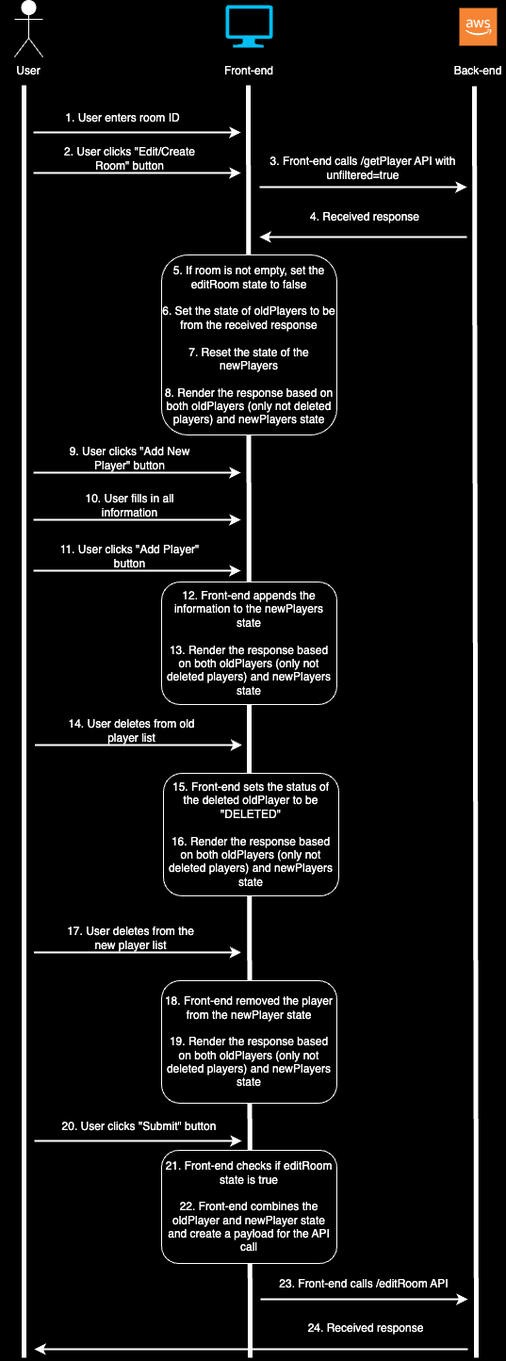
mattboentoro/ThisOrThatDocumentation keeps this draw.io diagram as pictures/editRoomFlow2.png. Above is the earlier version. Source tidied: cells renumbered, new cells last; positions are measured from the earlier drawing's top-left corner, leaving out a move shared by most shapes.
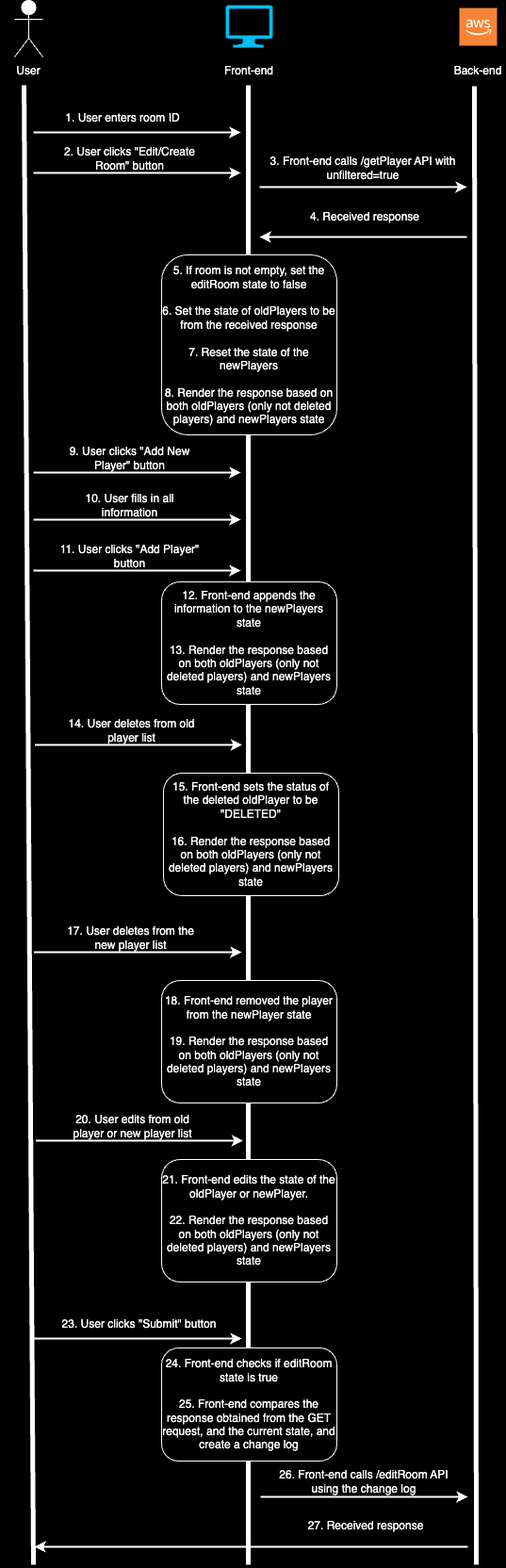
After the change.

What changed in the source:
```diff
@@ -4,19 +4,19 @@
     <mxCell id="1" parent="0" />
     <mxCell id="2" style="endArrow=none;html=1;rounded=0;strokeColor=#FFFFFF;strokeWidth=5;" parent="1" edge="1">
       <mxGeometry relative="1" as="geometry">
-        <mxPoint x="25" y="1440" as="sourcePoint" />
+        <mxPoint x="35" y="1660" as="sourcePoint" />
         <mxPoint x="25" y="90" as="targetPoint" />
       </mxGeometry>
     </mxCell>
     <mxCell id="3" style="endArrow=none;html=1;rounded=0;strokeColor=#FFFFFF;strokeWidth=5;" parent="1" edge="1">
       <mxGeometry relative="1" as="geometry">
-        <mxPoint x="265" y="1440" as="sourcePoint" />
+        <mxPoint x="263" y="1660" as="sourcePoint" />
         <mxPoint x="263" y="90" as="targetPoint" />
       </mxGeometry>
     </mxCell>
     <mxCell id="4" style="endArrow=none;html=1;rounded=0;strokeColor=#FFFFFF;strokeWidth=5;" parent="1" edge="1">
       <mxGeometry relative="1" as="geometry">
-        <mxPoint x="505" y="1440" as="sourcePoint" />
+        <mxPoint x="505" y="1660" as="sourcePoint" />
         <mxPoint x="503" y="91" as="targetPoint" />
       </mxGeometry>
     </mxCell>
@@ -79,21 +79,21 @@
     </mxCell>
     <mxCell id="20" style="endArrow=classic;html=1;rounded=0;strokeColor=#FFFFFF;strokeWidth=2;" parent="1" edge="1">
       <mxGeometry relative="1" as="geometry">
-        <mxPoint x="276" y="1378" as="sourcePoint" />
-        <mxPoint x="496" y="1378" as="targetPoint" />
+        <mxPoint x="276" y="1588" as="sourcePoint" />
+        <mxPoint x="496" y="1588" as="targetPoint" />
       </mxGeometry>
     </mxCell>
-    <mxCell id="21" value="&lt;font color=&quot;#ffffff&quot;&gt;23. Front-end calls /editRoom API&lt;/font&gt;" style="text;strokeColor=none;align=center;fillColor=none;html=1;verticalAlign=middle;whiteSpace=wrap;rounded=0;" parent="1" vertex="1">
-      <mxGeometry x="286" y="1347" width="200" height="30" as="geometry" />
+    <mxCell id="21" value="&lt;font color=&quot;#ffffff&quot;&gt;26. Front-end calls /editRoom API using the change log&lt;/font&gt;" style="text;strokeColor=none;align=center;fillColor=none;html=1;verticalAlign=middle;whiteSpace=wrap;rounded=0;" parent="1" vertex="1">
+      <mxGeometry x="286" y="1557" width="200" height="30" as="geometry" />
     </mxCell>
     <mxCell id="22" style="endArrow=classic;html=1;rounded=0;strokeColor=#FFFFFF;strokeWidth=2;" parent="1" edge="1">
       <mxGeometry relative="1" as="geometry">
-        <mxPoint x="496" y="1431" as="sourcePoint" />
-        <mxPoint x="36" y="1431" as="targetPoint" />
+        <mxPoint x="496" y="1641" as="sourcePoint" />
+        <mxPoint x="36" y="1641" as="targetPoint" />
       </mxGeometry>
     </mxCell>
-    <mxCell id="23" value="&lt;font color=&quot;#ffffff&quot;&gt;24. Received response&lt;/font&gt;" style="text;strokeColor=none;align=center;fillColor=none;html=1;verticalAlign=middle;whiteSpace=wrap;rounded=0;" parent="1" vertex="1">
-      <mxGeometry x="288" y="1394" width="200" height="30" as="geometry" />
+    <mxCell id="23" value="&lt;font color=&quot;#ffffff&quot;&gt;27. Received response&lt;/font&gt;" style="text;strokeColor=none;align=center;fillColor=none;html=1;verticalAlign=middle;whiteSpace=wrap;rounded=0;" parent="1" vertex="1">
+      <mxGeometry x="288" y="1604" width="200" height="30" as="geometry" />
     </mxCell>
     <mxCell id="24" style="endArrow=classic;html=1;rounded=0;strokeColor=#FFFFFF;strokeWidth=2;" parent="1" edge="1">
       <mxGeometry relative="1" as="geometry">
@@ -127,12 +127,12 @@
     </mxCell>
     <mxCell id="31" style="endArrow=classic;html=1;rounded=0;strokeColor=#FFFFFF;strokeWidth=2;" parent="1" edge="1">
       <mxGeometry relative="1" as="geometry">
-        <mxPoint x="36" y="1210" as="sourcePoint" />
-        <mxPoint x="256" y="1210" as="targetPoint" />
+        <mxPoint x="36" y="1420" as="sourcePoint" />
+        <mxPoint x="256" y="1420" as="targetPoint" />
       </mxGeometry>
     </mxCell>
-    <mxCell id="32" value="&lt;font color=&quot;#ffffff&quot;&gt;20. User clicks &quot;Submit&quot; button&lt;/font&gt;" style="text;strokeColor=none;align=center;fillColor=none;html=1;verticalAlign=middle;whiteSpace=wrap;rounded=0;" parent="1" vertex="1">
-      <mxGeometry x="55" y="1180" width="185" height="30" as="geometry" />
+    <mxCell id="32" value="&lt;font color=&quot;#ffffff&quot;&gt;23. User clicks &quot;Submit&quot; button&lt;/font&gt;" style="text;strokeColor=none;align=center;fillColor=none;html=1;verticalAlign=middle;whiteSpace=wrap;rounded=0;" parent="1" vertex="1">
+      <mxGeometry x="55" y="1390" width="185" height="30" as="geometry" />
     </mxCell>
     <mxCell id="33" style="endArrow=classic;html=1;rounded=0;strokeColor=#FFFFFF;strokeWidth=2;" parent="1" edge="1">
       <mxGeometry relative="1" as="geometry">
@@ -149,7 +149,7 @@
     <mxCell id="36" style="endArrow=classic;html=1;rounded=0;strokeColor=#FFFFFF;strokeWidth=2;" parent="1" edge="1">
       <mxGeometry relative="1" as="geometry">
         <mxPoint x="35.5" y="1010" as="sourcePoint" />
-        <mxPoint x="255.5" y="1010" as="targetPoint" />
+        <mxPoint x="256" y="1010" as="targetPoint" />
       </mxGeometry>
     </mxCell>
     <mxCell id="37" value="&lt;font color=&quot;#ffffff&quot;&gt;17. User deletes from the new player list&lt;/font&gt;" style="text;strokeColor=none;align=center;fillColor=none;html=1;verticalAlign=middle;whiteSpace=wrap;rounded=0;" parent="1" vertex="1">
@@ -158,8 +158,20 @@
     <mxCell id="38" value="&lt;font color=&quot;#ffffff&quot;&gt;18. Front-end removed the player from the newPlayer state&lt;/font&gt;&lt;div&gt;&lt;font color=&quot;#ffffff&quot;&gt;&lt;br&gt;&lt;/font&gt;&lt;/div&gt;&lt;div&gt;&lt;font color=&quot;#ffffff&quot;&gt;19.&amp;nbsp;&lt;/font&gt;&lt;span style=&quot;color: rgb(255, 255, 255); background-color: initial;&quot;&gt;Render the response based on both oldPlayers (only not deleted players) and newPlayers state&lt;/span&gt;&lt;/div&gt;" style="rounded=1;whiteSpace=wrap;html=1;perimeterSpacing=4;strokeColor=#FFFFFF;fillColor=#000000;" parent="1" vertex="1">
       <mxGeometry x="171" y="1040" width="186" height="130" as="geometry" />
     </mxCell>
-    <mxCell id="39" value="&lt;font color=&quot;#ffffff&quot;&gt;21. Front-end checks if editRoom state is true&lt;/font&gt;&lt;div&gt;&lt;font color=&quot;#ffffff&quot;&gt;&lt;br&gt;&lt;/font&gt;&lt;/div&gt;&lt;div&gt;&lt;font color=&quot;#ffffff&quot;&gt;22. Front-end combines the oldPlayer and newPlayer state and create a payload for the API call&lt;/font&gt;&lt;/div&gt;" style="rounded=1;whiteSpace=wrap;html=1;perimeterSpacing=4;strokeColor=#FFFFFF;fillColor=#000000;" parent="1" vertex="1">
-      <mxGeometry x="171" y="1220" width="186" height="120" as="geometry" />
+    <mxCell id="39" value="&lt;font color=&quot;#ffffff&quot;&gt;24. Front-end checks if editRoom state is true&lt;/font&gt;&lt;div&gt;&lt;font color=&quot;#ffffff&quot;&gt;&lt;br&gt;&lt;/font&gt;&lt;/div&gt;&lt;div&gt;&lt;font color=&quot;#ffffff&quot;&gt;25. Front-end compares the response obtained from the GET request, and the current state, and create a change log&lt;/font&gt;&lt;/div&gt;" style="rounded=1;whiteSpace=wrap;html=1;perimeterSpacing=4;strokeColor=#FFFFFF;fillColor=#000000;" parent="1" vertex="1">
+      <mxGeometry x="171" y="1430" width="186" height="120" as="geometry" />
     </mxCell>
+    <mxCell id="40" style="endArrow=classic;html=1;rounded=0;strokeColor=#FFFFFF;strokeWidth=2;" parent="1" edge="1">
+      <mxGeometry relative="1" as="geometry">
+        <mxPoint x="37.5" y="1210" as="sourcePoint" />
+        <mxPoint x="257.5" y="1210" as="targetPoint" />
+      </mxGeometry>
+    </mxCell>
+    <mxCell id="41" value="&lt;font color=&quot;#ffffff&quot;&gt;20. User edits from old player or new player list&lt;/font&gt;" style="text;strokeColor=none;align=center;fillColor=none;html=1;verticalAlign=middle;whiteSpace=wrap;rounded=0;" parent="1" vertex="1">
+      <mxGeometry x="62.5" y="1180" width="155" height="30" as="geometry" />
+    </mxCell>
+    <mxCell id="42" value="&lt;font color=&quot;#ffffff&quot;&gt;21. Front-end edits the state of the oldPlayer or newPlayer.&lt;/font&gt;&lt;div&gt;&lt;font color=&quot;#ffffff&quot;&gt;&lt;br&gt;&lt;/font&gt;&lt;/div&gt;&lt;div&gt;&lt;font color=&quot;#ffffff&quot;&gt;22.&amp;nbsp;&lt;/font&gt;&lt;span style=&quot;color: rgb(255, 255, 255); background-color: initial;&quot;&gt;Render the response based on both oldPlayers (only not deleted players) and newPlayers state&lt;/span&gt;&lt;/div&gt;" style="rounded=1;whiteSpace=wrap;html=1;perimeterSpacing=4;strokeColor=#FFFFFF;fillColor=#000000;" parent="1" vertex="1">
+      <mxGeometry x="171" y="1230" width="186" height="130" as="geometry" />
+    </mxCell>
   </root>
 </mxGraphModel>
```
